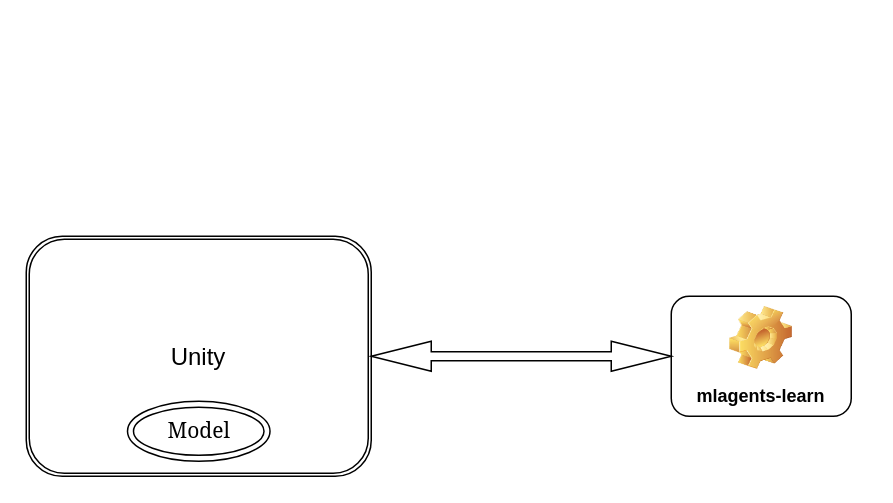
Earlier version of the draw.io diagram docs/arquitectura-tools.drawio (wilberquito/JumperNPC). Source tidied: cells renumbered, new cells numbered last; positions are measured from the earlier drawing's top-left corner, leaving out a move shared by most shapes. Both pictures are drawn from the tidied source at 150%, with x=0, y=0 at pixel (26, 236).
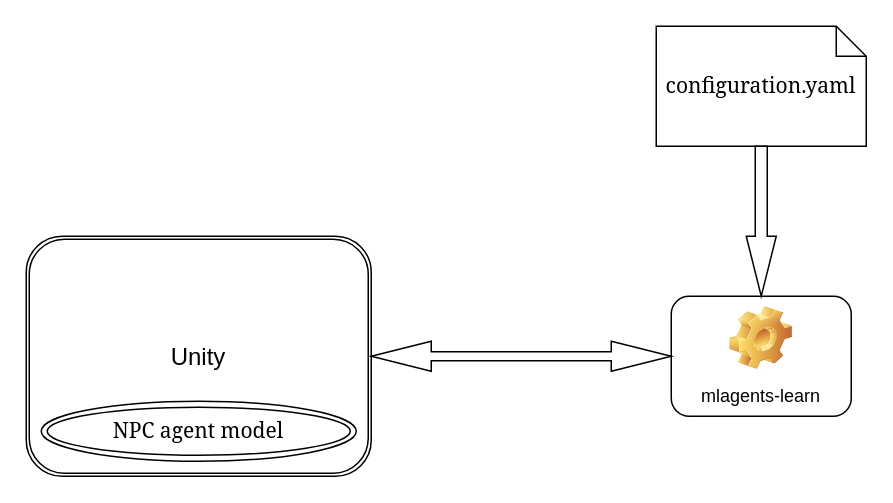
The same page after the edit.

Change to the diagram source:
```diff
@@
 <mxGraphModel>
   <root>
     <mxCell id="0" />
     <mxCell id="1" parent="0" />
-    <mxCell id="2" value="mlagents-learn" style="label;whiteSpace=wrap;html=1;align=center;verticalAlign=bottom;spacingLeft=0;spacingBottom=4;imageAlign=center;imageVerticalAlign=top;image=img/clipart/Gear_128x128.png;" parent="1" vertex="1">
+    <mxCell id="2" value="&lt;span style=&quot;font-weight: normal&quot;&gt;mlagents-learn&lt;/span&gt;" style="label;whiteSpace=wrap;html=1;align=center;verticalAlign=bottom;spacingLeft=0;spacingBottom=4;imageAlign=center;imageVerticalAlign=top;image=img/clipart/Gear_128x128.png;" parent="1" vertex="1">
       <mxGeometry x="430" y="40" width="120" height="80" as="geometry" />
     </mxCell>
     <mxCell id="3" value="&lt;font style=&quot;font-size: 16px&quot;&gt;Unity&lt;/font&gt;" style="shape=ext;double=1;rounded=1;whiteSpace=wrap;html=1;" parent="1" vertex="1">
       <mxGeometry width="230" height="160" as="geometry" />
     </mxCell>
-    <mxCell id="4" value="Model" style="ellipse;shape=doubleEllipse;whiteSpace=wrap;html=1;fontFamily=Georgia;fontSize=14;fontColor=#000000;" parent="1" vertex="1">
-      <mxGeometry x="67.5" y="110" width="95" height="40" as="geometry" />
+    <mxCell id="4" value="NPC agent model" style="ellipse;shape=doubleEllipse;whiteSpace=wrap;html=1;fontFamily=Georgia;fontSize=14;fontColor=#000000;" parent="1" vertex="1">
+      <mxGeometry x="10" y="110" width="210" height="40" as="geometry" />
     </mxCell>
     <mxCell id="5" style="shape=doubleArrow;whiteSpace=wrap;html=1;fontFamily=Georgia;fontSize=14;fontColor=#000000;" parent="1" vertex="1">
       <mxGeometry x="230" y="70" width="200" height="20" as="geometry" />
     </mxCell>
+    <mxCell id="6" value="configuration.yaml" style="shape=note;size=20;whiteSpace=wrap;html=1;fontFamily=Georgia;fontSize=14;fontColor=#000000;" parent="1" vertex="1">
+      <mxGeometry x="420" y="-140" width="140" height="80" as="geometry" />
+    </mxCell>
+    <mxCell id="7" style="html=1;shadow=0;dashed=0;align=center;verticalAlign=middle;shape=mxgraph.arrows2.arrow;dy=0.6;dx=40;direction=south;notch=0;fontFamily=Georgia;fontSize=14;fontColor=#000000;" parent="1" vertex="1">
+      <mxGeometry x="480" y="-60" width="20" height="100" as="geometry" />
+    </mxCell>
   </root>
 </mxGraphModel>
```
